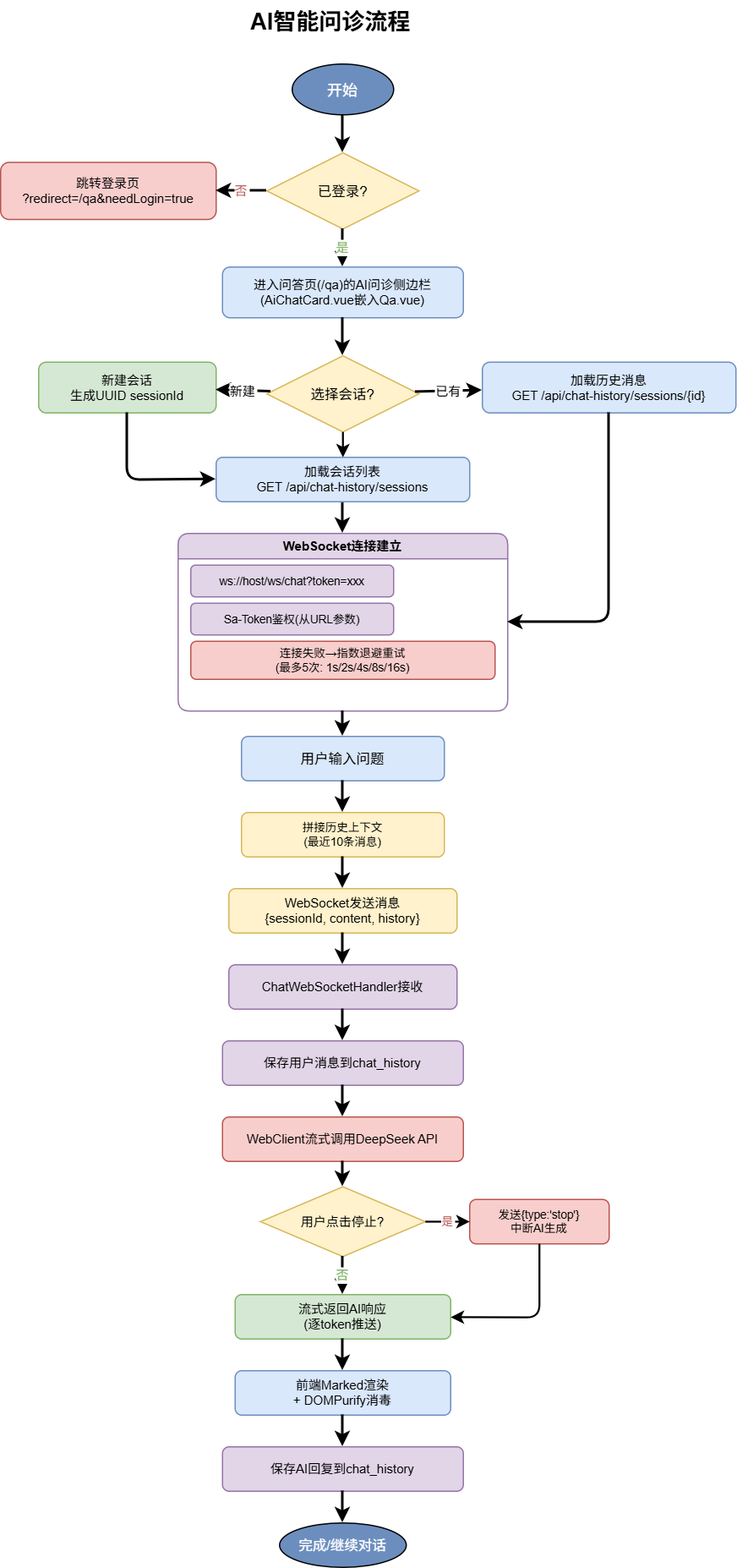
Earlier version of the draw.io export docs/diagrams-png/flow-ai-chat.drawio.png (yhe3603-star/Graduation-Project). Source tidied: cells renumbered, new cells last; positions are measured from the earlier drawing's top-left corner, leaving out a move shared by most shapes.
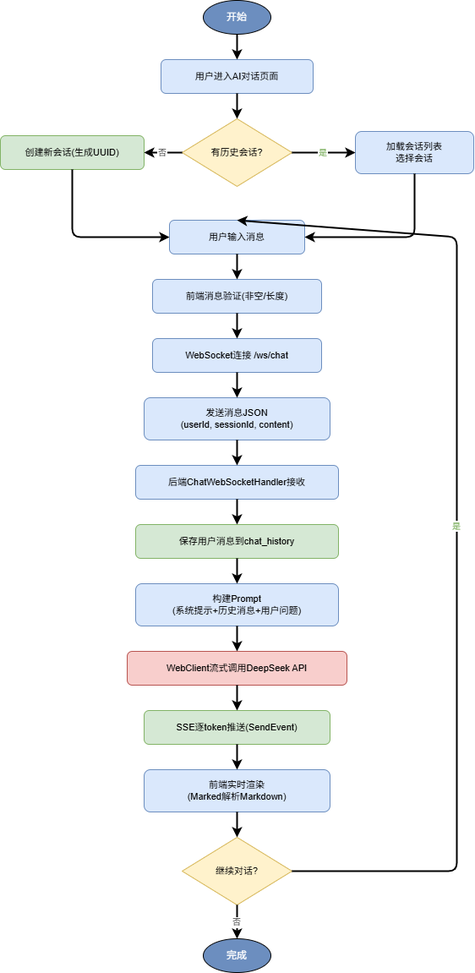
Above is the later version.

Diff of the diagram source:
```diff
@@ -2,118 +2,86 @@
   <root>
     <mxCell id="0" />
     <mxCell id="1" parent="0" />
-    <mxCell id="2" value="AI智能问诊流程" style="text;html=1;fontSize=18;fontStyle=1;align=center;" parent="1" vertex="1">
-      <mxGeometry x="110" width="300" height="35" as="geometry" />
-    </mxCell>
-    <mxCell id="3" value="开始" style="ellipse;fillColor=#6c8ebf;fontColor=#fff;" parent="1" vertex="1">
-      <mxGeometry x="230" y="50" width="80" height="40" as="geometry" />
+    <mxCell id="3" value="开始" style="ellipse;whiteSpace=wrap;html=1;fillColor=#6c8ebf;fontColor=#fff;fontSize=12;" parent="1" vertex="1">
+      <mxGeometry x="350" y="20" width="80" height="40" as="geometry" />
     </mxCell>
+    <mxCell id="6" value="用户进入AI对话页面" style="rounded=1;whiteSpace=wrap;html=1;fillColor=#dae8fc;strokeColor=#6c8ebf;fontSize=11;" parent="1" vertex="1">
+      <mxGeometry x="300" y="90" width="180" height="40" as="geometry" />
+    </mxCell>
-    <mxCell id="4" value="已登录?" style="rhombus;fillColor=#fff2cc;strokeColor=#d6b656;fontSize=11;" parent="1" vertex="1">
-      <mxGeometry x="210" y="120" width="120" height="60" as="geometry" />
+    <mxCell id="4" value="有历史会话?" style="rhombus;whiteSpace=wrap;html=1;fillColor=#fff2cc;strokeColor=#d6b656;fontSize=11;" parent="1" vertex="1">
+      <mxGeometry x="325" y="160" width="130" height="80" as="geometry" />
     </mxCell>
-    <mxCell id="5" value="跳转登录页&#10;?redirect=/qa&amp;needLogin=true" style="rounded=1;fillColor=#f8cecc;strokeColor=#b85450;fontSize=10;" parent="1" vertex="1">
-      <mxGeometry y="127.5" width="170" height="45" as="geometry" />
-    </mxCell>
-    <mxCell id="6" value="进入问答页(/qa)的AI问诊侧边栏&#10;(AiChatCard.vue嵌入Qa.vue)" style="rounded=1;fillColor=#dae8fc;strokeColor=#6c8ebf;fontSize=10;" parent="1" vertex="1">
-      <mxGeometry x="175" y="210" width="190" height="40" as="geometry" />
-    </mxCell>
-    <mxCell id="7" value="选择会话?" style="rhombus;fillColor=#fff2cc;strokeColor=#d6b656;fontSize=11;" parent="1" vertex="1">
-      <mxGeometry x="210" y="280" width="120" height="60" as="geometry" />
-    </mxCell>
-    <mxCell id="8" value="新建会话&#10;生成UUID sessionId" style="rounded=1;fillColor=#d5e8d4;strokeColor=#82b366;fontSize=10;" parent="1" vertex="1">
-      <mxGeometry x="30" y="285" width="140" height="40" as="geometry" />
+    <mxCell id="8" value="加载会话列表&lt;br&gt;选择会话" style="rounded=1;whiteSpace=wrap;html=1;fillColor=#dae8fc;strokeColor=#6c8ebf;fontSize=11;" parent="1" vertex="1">
+      <mxGeometry x="530" y="175" width="140" height="50" as="geometry" />
     </mxCell>
-    <mxCell id="9" value="加载历史消息&#10;GET /api/chat-history/sessions/{id}" style="rounded=1;fillColor=#dae8fc;strokeColor=#6c8ebf;fontSize=10;" parent="1" vertex="1">
-      <mxGeometry x="380" y="285" width="200" height="40" as="geometry" />
+    <mxCell id="9" value="创建新会话(生成UUID)" style="rounded=1;whiteSpace=wrap;html=1;fillColor=#d5e8d4;strokeColor=#82b366;fontSize=11;" parent="1" vertex="1">
+      <mxGeometry x="110" y="180" width="170" height="40" as="geometry" />
     </mxCell>
-    <mxCell id="10" value="WebSocket连接建立" style="swimlane;startSize=20;fillColor=#e1d5e7;strokeColor=#9673a6;fontSize=10;rounded=1;" parent="1" vertex="1">
-      <mxGeometry x="140" y="420" width="260" height="140" as="geometry" />
-    </mxCell>
-    <mxCell id="11" value="ws://host/ws/chat?token=xxx" style="rounded=1;fillColor=#e1d5e7;strokeColor=#9673a6;fontSize=9;" parent="10" vertex="1">
-      <mxGeometry x="10" y="25" width="160" height="25" as="geometry" />
-    </mxCell>
-    <mxCell id="12" value="Sa-Token鉴权(从URL参数)" style="rounded=1;fillColor=#e1d5e7;strokeColor=#9673a6;fontSize=9;" parent="10" vertex="1">
-      <mxGeometry x="10" y="55" width="160" height="25" as="geometry" />
-    </mxCell>
-    <mxCell id="13" value="连接失败→指数退避重试&#10;(最多5次: 1s/2s/4s/8s/16s)" style="rounded=1;fillColor=#f8cecc;strokeColor=#b85450;fontSize=9;" parent="10" vertex="1">
-      <mxGeometry x="10" y="85" width="240" height="30" as="geometry" />
-    </mxCell>
-    <mxCell id="14" value="用户输入问题" style="rounded=1;fillColor=#dae8fc;strokeColor=#6c8ebf;fontSize=11;" parent="1" vertex="1">
-      <mxGeometry x="190" y="580" width="160" height="35" as="geometry" />
+    <mxCell id="14" value="用户输入消息" style="rounded=1;whiteSpace=wrap;html=1;fillColor=#dae8fc;strokeColor=#6c8ebf;fontSize=11;" parent="1" vertex="1">
+      <mxGeometry x="310" y="280" width="160" height="40" as="geometry" />
     </mxCell>
-    <mxCell id="15" value="拼接历史上下文&#10;(最近10条消息)" style="rounded=1;fillColor=#fff2cc;strokeColor=#d6b656;fontSize=9;" parent="1" vertex="1">
-      <mxGeometry x="190" y="640" width="160" height="35" as="geometry" />
-    </mxCell>
-    <mxCell id="16" value="WebSocket发送消息&#10;{sessionId, content, history}" style="rounded=1;fillColor=#fff2cc;strokeColor=#d6b656;fontSize=10;" parent="1" vertex="1">
-      <mxGeometry x="180" y="700" width="180" height="35" as="geometry" />
+    <mxCell id="16" value="前端消息验证(非空/长度)" style="rounded=1;whiteSpace=wrap;html=1;fillColor=#dae8fc;strokeColor=#6c8ebf;fontSize=11;" parent="1" vertex="1">
+      <mxGeometry x="290" y="350" width="200" height="40" as="geometry" />
     </mxCell>
-    <mxCell id="17" value="ChatWebSocketHandler接收" style="rounded=1;fillColor=#e1d5e7;strokeColor=#9673a6;fontSize=10;" parent="1" vertex="1">
-      <mxGeometry x="180" y="760" width="180" height="35" as="geometry" />
+    <mxCell id="17" value="WebSocket连接 /ws/chat" style="rounded=1;whiteSpace=wrap;html=1;fillColor=#dae8fc;strokeColor=#6c8ebf;fontSize=11;" parent="1" vertex="1">
+      <mxGeometry x="290" y="420" width="200" height="40" as="geometry" />
     </mxCell>
-    <mxCell id="18" value="保存用户消息到chat_history" style="rounded=1;fillColor=#e1d5e7;strokeColor=#9673a6;fontSize=10;" parent="1" vertex="1">
-      <mxGeometry x="175" y="820" width="190" height="35" as="geometry" />
+    <mxCell id="18" value="发送消息JSON&lt;br&gt;(userId, sessionId, content)" style="rounded=1;whiteSpace=wrap;html=1;fillColor=#dae8fc;strokeColor=#6c8ebf;fontSize=11;" parent="1" vertex="1">
+      <mxGeometry x="280" y="490" width="220" height="50" as="geometry" />
     </mxCell>
-    <mxCell id="19" value="WebClient流式调用DeepSeek API" style="rounded=1;fillColor=#f8cecc;strokeColor=#b85450;fontSize=10;" parent="1" vertex="1">
-      <mxGeometry x="175" y="880" width="190" height="35" as="geometry" />
+    <mxCell id="19" value="后端ChatWebSocketHandler接收" style="rounded=1;whiteSpace=wrap;html=1;fillColor=#dae8fc;strokeColor=#6c8ebf;fontSize=11;" parent="1" vertex="1">
+      <mxGeometry x="270" y="570" width="240" height="40" as="geometry" />
     </mxCell>
-    <mxCell id="20" value="用户点击停止?" style="rhombus;fillColor=#fff2cc;strokeColor=#d6b656;fontSize=10;" parent="1" vertex="1">
-      <mxGeometry x="205" y="935" width="130" height="55" as="geometry" />
-    </mxCell>
-    <mxCell id="21" value="发送{type:'stop'}&#10;中断AI生成" style="rounded=1;fillColor=#f8cecc;strokeColor=#b85450;fontSize=9;" parent="1" vertex="1">
-      <mxGeometry x="370" y="945" width="110" height="35" as="geometry" />
-    </mxCell>
-    <mxCell id="22" value="流式返回AI响应&#10;(逐token推送)" style="rounded=1;fillColor=#d5e8d4;strokeColor=#82b366;fontSize=10;" parent="1" vertex="1">
-      <mxGeometry x="185" y="1020" width="170" height="35" as="geometry" />
+    <mxCell id="22" value="保存用户消息到chat_history" style="rounded=1;whiteSpace=wrap;html=1;fillColor=#d5e8d4;strokeColor=#82b366;fontSize=11;" parent="1" vertex="1">
+      <mxGeometry x="270" y="640" width="240" height="40" as="geometry" />
     </mxCell>
-    <mxCell id="23" value="前端Marked渲染&#10;+ DOMPurify消毒" style="rounded=1;fillColor=#dae8fc;strokeColor=#6c8ebf;fontSize=10;" parent="1" vertex="1">
-      <mxGeometry x="185" y="1080" width="170" height="35" as="geometry" />
+    <mxCell id="23" value="构建Prompt&lt;br&gt;(系统提示+历史消息+用户问题)" style="rounded=1;whiteSpace=wrap;html=1;fillColor=#dae8fc;strokeColor=#6c8ebf;fontSize=11;" parent="1" vertex="1">
+      <mxGeometry x="270" y="710" width="240" height="50" as="geometry" />
     </mxCell>
-    <mxCell id="24" value="保存AI回复到chat_history" style="rounded=1;fillColor=#e1d5e7;strokeColor=#9673a6;fontSize=10;" parent="1" vertex="1">
-      <mxGeometry x="175" y="1140" width="190" height="35" as="geometry" />
+    <mxCell id="24" value="WebClient流式调用DeepSeek API" style="rounded=1;whiteSpace=wrap;html=1;fillColor=#f8cecc;strokeColor=#b85450;fontSize=11;" parent="1" vertex="1">
+      <mxGeometry x="260" y="790" width="260" height="40" as="geometry" />
     </mxCell>
+    <mxCell id="50" value="SSE逐token推送(SendEvent)" style="rounded=1;whiteSpace=wrap;html=1;fillColor=#d5e8d4;strokeColor=#82b366;fontSize=11;" parent="1" vertex="1">
+      <mxGeometry x="280" y="860" width="220" height="40" as="geometry" />
+    </mxCell>
+    <mxCell id="51" value="前端实时渲染&lt;br&gt;(Marked解析Markdown)" style="rounded=1;whiteSpace=wrap;html=1;fillColor=#dae8fc;strokeColor=#6c8ebf;fontSize=11;" parent="1" vertex="1">
+      <mxGeometry x="280" y="930" width="220" height="50" as="geometry" />
+    </mxCell>
+    <mxCell id="7" value="继续对话?" style="rhombus;whiteSpace=wrap;html=1;fillColor=#fff2cc;strokeColor=#d6b656;fontSize=11;" parent="1" vertex="1">
+      <mxGeometry x="325" y="1010" width="130" height="80" as="geometry" />
+    </mxCell>
-    <mxCell id="25" value="完成/继续对话" style="ellipse;fillColor=#6c8ebf;fontColor=#fff;fontSize=11;" parent="1" vertex="1">
-      <mxGeometry x="220" y="1200" width="100" height="35" as="geometry" />
+    <mxCell id="25" value="完成" style="ellipse;whiteSpace=wrap;html=1;fillColor=#6c8ebf;fontColor=#fff;fontSize=12;" parent="1" vertex="1">
+      <mxGeometry x="350" y="1130" width="80" height="40" as="geometry" />
     </mxCell>
-    <mxCell id="26" style="strokeWidth=2;" parent="1" edge="1" source="3" target="4">
-      <mxGeometry relative="1" as="geometry" />
-    </mxCell>
-    <mxCell id="27" value="否" style="strokeWidth=2;fontSize=10;fontColor=#b85450;" parent="1" edge="1" source="4" target="5">
-      <mxGeometry relative="1" as="geometry" />
-    </mxCell>
+    <mxCell id="52" style="strokeWidth=2;" parent="1" edge="1" source="3" target="6">
+      <mxGeometry relative="1" as="geometry" />
+    </mxCell>
+    <mxCell id="53" style="strokeWidth=2;" parent="1" edge="1" source="6" target="4">
+      <mxGeometry relative="1" as="geometry" />
+    </mxCell>
-    <mxCell id="28" value="是" style="strokeWidth=2;fontSize=10;fontColor=#82b366;" parent="1" edge="1" source="4" target="6">
+    <mxCell id="28" value="是" style="strokeWidth=2;fontSize=10;fontColor=#82b366;" parent="1" edge="1" source="4" target="8">
       <mxGeometry relative="1" as="geometry" />
     </mxCell>
-    <mxCell id="29" style="strokeWidth=2;" parent="1" edge="1" source="6" target="7">
-      <mxGeometry relative="1" as="geometry" />
-    </mxCell>
-    <mxCell id="30" value="新建" style="strokeWidth=2;fontSize=10;" parent="1" edge="1" source="7" target="8">
-      <mxGeometry relative="1" as="geometry" />
-    </mxCell>
-    <mxCell id="31" value="已有" style="strokeWidth=2;fontSize=10;" parent="1" edge="1" source="7" target="9">
-      <mxGeometry relative="1" as="geometry" />
-    </mxCell>
-    <mxCell id="32" style="strokeWidth=1.5;" parent="1" edge="1" source="7" target="49">
-      <mxGeometry relative="1" as="geometry" />
-    </mxCell>
-    <mxCell id="33" style="strokeWidth=2;entryX=0.5;entryY=0;entryDx=0;entryDy=0;exitX=0.5;exitY=1;exitDx=0;exitDy=0;" parent="1" edge="1" source="49" target="10">
-      <mxGeometry relative="1" as="geometry" />
-    </mxCell>
-    <mxCell id="34" style="strokeWidth=2;entryX=1;entryY=0.5;entryDx=0;entryDy=0;" parent="1" edge="1" source="9" target="10">
-      <mxGeometry relative="1" as="geometry">
-        <Array as="points">
-          <mxPoint x="480" y="490" />
-        </Array>
-      </mxGeometry>
-    </mxCell>
-    <mxCell id="35" style="strokeWidth=2;" parent="1" edge="1" source="10" target="14">
-      <mxGeometry relative="1" as="geometry" />
-    </mxCell>
-    <mxCell id="36" style="strokeWidth=2;" parent="1" edge="1" source="14" target="15">
-      <mxGeometry relative="1" as="geometry" />
-    </mxCell>
-    <mxCell id="37" style="strokeWidth=2;" parent="1" edge="1" source="15" target="16">
-      <mxGeometry relative="1" as="geometry" />
-    </mxCell>
+    <mxCell id="54" value="否" style="strokeWidth=2;fontSize=10;fontColor=#333;" parent="1" edge="1" source="4" target="9">
+      <mxGeometry relative="1" as="geometry" />
+    </mxCell>
+    <mxCell id="55" style="strokeWidth=2;entryX=1;entryY=0.5;entryDx=0;entryDy=0;" parent="1" edge="1" source="8" target="14">
+      <mxGeometry relative="1" as="geometry">
+        <Array as="points">
+          <mxPoint x="600" y="300" />
+        </Array>
+      </mxGeometry>
+    </mxCell>
+    <mxCell id="56" style="strokeWidth=2;entryX=0;entryY=0.5;entryDx=0;entryDy=0;" parent="1" edge="1" source="9" target="14">
+      <mxGeometry relative="1" as="geometry">
+        <Array as="points">
+          <mxPoint x="195" y="300" />
+        </Array>
+      </mxGeometry>
+    </mxCell>
+    <mxCell id="57" style="strokeWidth=2;" parent="1" edge="1" source="14" target="16">
+      <mxGeometry relative="1" as="geometry" />
+    </mxCell>
     <mxCell id="38" style="strokeWidth=2;" parent="1" edge="1" source="16" target="17">
       <mxGeometry relative="1" as="geometry" />
     </mxCell>
@@ -123,40 +91,34 @@
     <mxCell id="40" style="strokeWidth=2;" parent="1" edge="1" source="18" target="19">
       <mxGeometry relative="1" as="geometry" />
     </mxCell>
-    <mxCell id="41" style="strokeWidth=2;" parent="1" edge="1" source="19" target="20">
-      <mxGeometry relative="1" as="geometry" />
-    </mxCell>
-    <mxCell id="42" value="是" style="strokeWidth=1.5;fontSize=9;fontColor=#b85450;" parent="1" edge="1" source="20" target="21">
-      <mxGeometry relative="1" as="geometry" />
-    </mxCell>
-    <mxCell id="43" style="strokeWidth=1.5;" parent="1" edge="1" source="21" target="22">
-      <mxGeometry relative="1" as="geometry">
-        <Array as="points">
-          <mxPoint x="425" y="1038" />
-        </Array>
-      </mxGeometry>
-    </mxCell>
-    <mxCell id="44" value="否" style="strokeWidth=2;fontSize=10;fontColor=#82b366;" parent="1" edge="1" source="20" target="22">
-      <mxGeometry relative="1" as="geometry" />
-    </mxCell>
+    <mxCell id="58" style="strokeWidth=2;" parent="1" edge="1" source="19" target="22">
+      <mxGeometry relative="1" as="geometry" />
+    </mxCell>
     <mxCell id="45" style="strokeWidth=2;" parent="1" edge="1" source="22" target="23">
       <mxGeometry relative="1" as="geometry" />
     </mxCell>
     <mxCell id="46" style="strokeWidth=2;" parent="1" edge="1" source="23" target="24">
       <mxGeometry relative="1" as="geometry" />
     </mxCell>
-    <mxCell id="47" style="strokeWidth=2;" parent="1" edge="1" source="24" target="25">
-      <mxGeometry relative="1" as="geometry" />
-    </mxCell>
-    <mxCell id="48" style="strokeWidth=2;exitX=0.5;exitY=1;exitDx=0;exitDy=0;entryX=0;entryY=0.5;entryDx=0;entryDy=0;" parent="1" edge="1" source="8" target="49">
-      <mxGeometry relative="1" as="geometry">
-        <Array as="points">
-          <mxPoint x="100" y="378" />
-        </Array>
-      </mxGeometry>
-    </mxCell>
-    <mxCell id="49" value="加载会话列表&#10;GET /api/chat-history/sessions" style="rounded=1;fillColor=#dae8fc;strokeColor=#6c8ebf;fontSize=10;" parent="1" vertex="1">
-      <mxGeometry x="170" y="360" width="200" height="35" as="geometry" />
-    </mxCell>
+    <mxCell id="59" style="strokeWidth=2;" parent="1" edge="1" source="24" target="50">
+      <mxGeometry relative="1" as="geometry" />
+    </mxCell>
+    <mxCell id="60" style="strokeWidth=2;" parent="1" edge="1" source="50" target="51">
+      <mxGeometry relative="1" as="geometry" />
+    </mxCell>
+    <mxCell id="61" style="strokeWidth=2;" parent="1" edge="1" source="51" target="7">
+      <mxGeometry relative="1" as="geometry" />
+    </mxCell>
+    <mxCell id="42" value="是" style="strokeWidth=2;fontSize=10;fontColor=#82b366;entryX=0.5;entryY=0;entryDx=0;entryDy=0;" parent="1" edge="1" source="7" target="14">
+      <mxGeometry relative="1" as="geometry">
+        <Array as="points">
+          <mxPoint x="650" y="1050" />
+          <mxPoint x="650" y="300" />
+        </Array>
+      </mxGeometry>
+    </mxCell>
+    <mxCell id="62" value="否" style="strokeWidth=2;fontSize=10;fontColor=#333;" parent="1" edge="1" source="7" target="25">
+      <mxGeometry relative="1" as="geometry" />
+    </mxCell>
   </root>
 </mxGraphModel>
```
